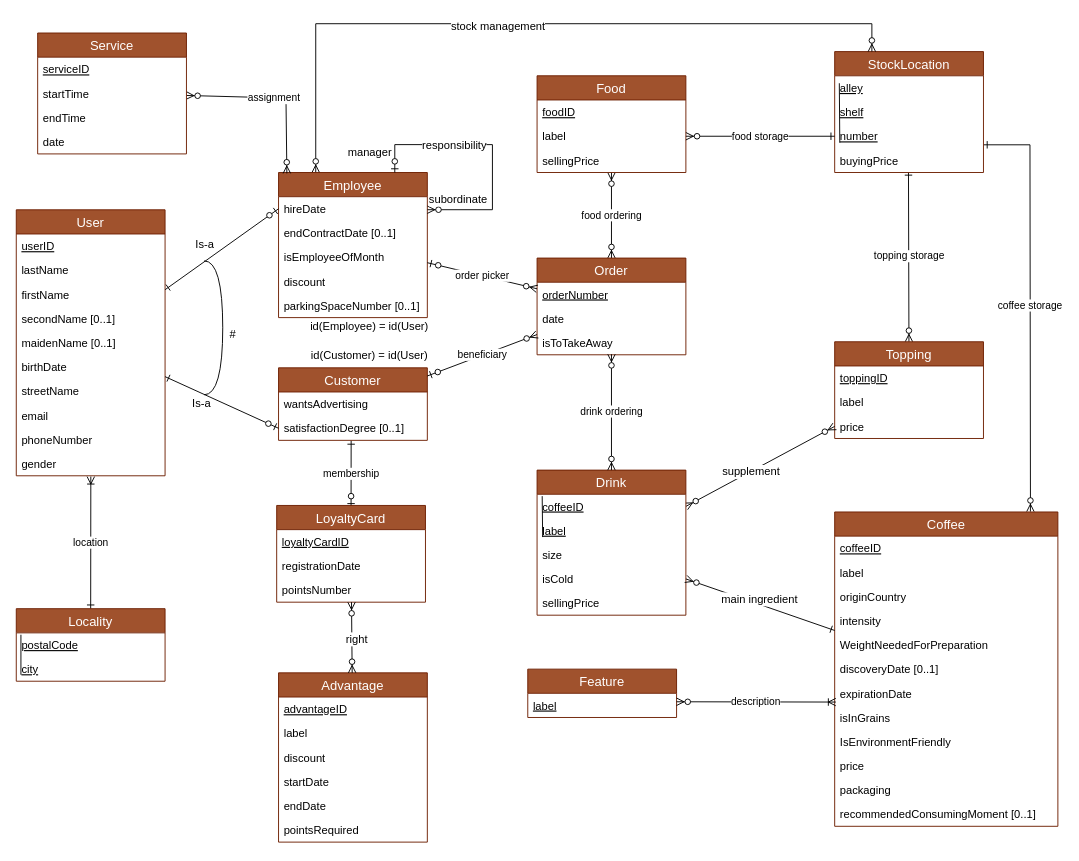
Before: SchemaEA.drawio in DrakeXorn/CoffIG, a draw.io diagram. Source tidied: cells renumbered, new cells numbered last; positions are measured from the earlier drawing's top-left corner, leaving out a move shared by most shapes. Both pictures are drawn from the tidied source at 93%, with x=0, y=0 at pixel (16, 23).
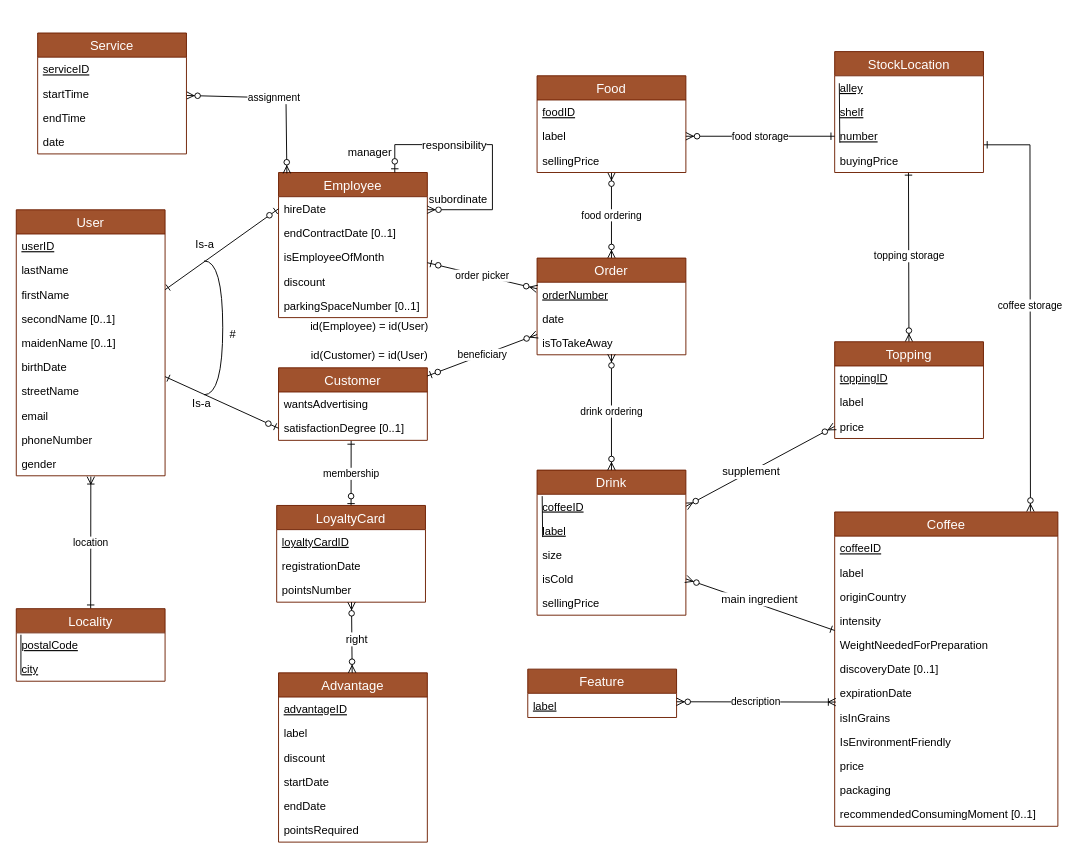
Above is the later version.

The change refers to these unchanged cells:
```xml
<mxCell id="40" value="StockLocation" style="swimlane;fontStyle=0;horizontal=1;startSize=26;fillColor=#a0522d;swimlaneFillColor=#ffffff;align=center;fontSize=14;strokeColor=#6D1F00;fontColor=#ffffff;" parent="1" vertex="1">
  <mxGeometry x="880" y="30" width="160" height="130" as="geometry" />
</mxCell>
<mxCell id="67" value="Employee" style="swimlane;fontStyle=0;horizontal=1;startSize=26;fillColor=#a0522d;swimlaneFillColor=#ffffff;align=center;fontSize=14;strokeColor=#6D1F00;fontColor=#ffffff;" parent="1" vertex="1">
  <mxGeometry x="282" y="160" width="160" height="156" as="geometry" />
</mxCell>
```

The edit, as a diff of the source:
```diff
@@
-    <mxCell id="65" style="edgeStyle=orthogonalEdgeStyle;rounded=0;jettySize=auto;html=1;exitX=0.25;exitY=0;exitDx=0;exitDy=0;entryX=0.25;entryY=0;entryDx=0;entryDy=0;startArrow=ERzeroToMany;startFill=1;endArrow=ERzeroToMany;endFill=1;" parent="1" edge="1" source="67" target="40">
-      <mxGeometry relative="1" as="geometry">
-        <Array as="points">
-          <mxPoint x="322" />
-          <mxPoint x="920" />
-        </Array>
-      </mxGeometry>
-    </mxCell>
-    <mxCell id="66" value="stock management" style="text;html=1;align=center;verticalAlign=middle;labelBackgroundColor=#ffffff;" parent="65" vertex="1">
-      <mxGeometry x="-0.1" y="-2" relative="1" as="geometry" />
-    </mxCell>
```
